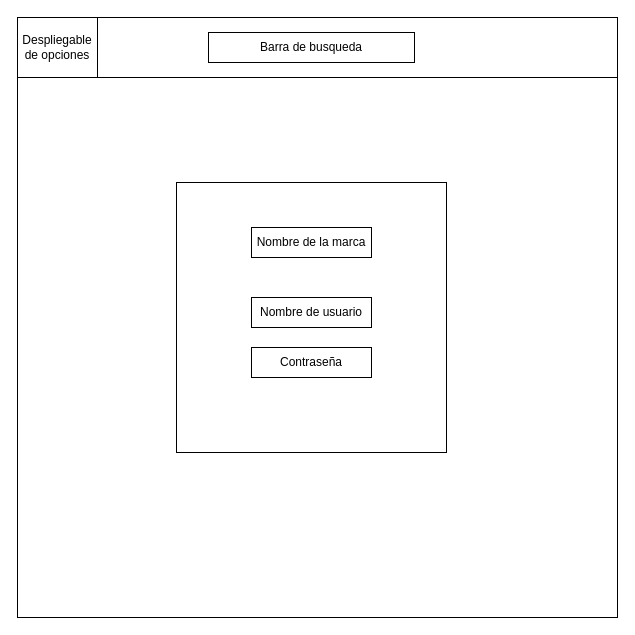
This is view.drawio from Aeyoz/dor-ayoze, a draw.io file, before an edit. Source tidied: cells renumbered, new cells numbered last; positions are measured from the earlier drawing's top-left corner, leaving out a move shared by most shapes. Both pictures are drawn from the tidied source at 100%, with x=0, y=0 at pixel (17, 17).
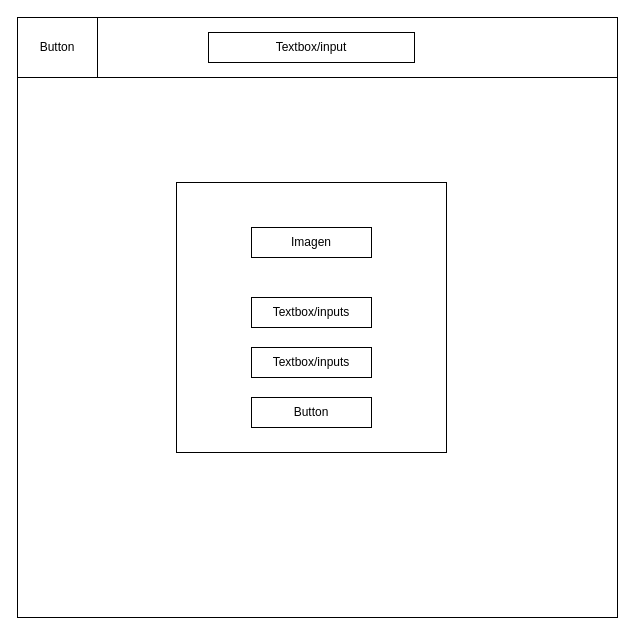
The same diagram, later.

Diff of the diagram source:
```diff
@@
 <mxGraphModel>
   <root>
     <mxCell id="0" />
     <mxCell id="1" parent="0" />
     <mxCell id="2" style="rounded=0;whiteSpace=wrap;html=1;" parent="1" vertex="1">
       <mxGeometry width="600" height="600" as="geometry" />
     </mxCell>
     <mxCell id="3" style="whiteSpace=wrap;html=1;" parent="1" vertex="1">
       <mxGeometry x="159" y="165" width="270" height="270" as="geometry" />
     </mxCell>
-    <mxCell id="4" value="Contraseña" style="rounded=0;whiteSpace=wrap;html=1;" parent="1" vertex="1">
+    <mxCell id="4" value="Textbox/inputs" style="rounded=0;whiteSpace=wrap;html=1;" parent="1" vertex="1">
       <mxGeometry x="234" y="330" width="120" height="30" as="geometry" />
     </mxCell>
-    <mxCell id="5" value="Nombre de usuario" style="rounded=0;whiteSpace=wrap;html=1;" parent="1" vertex="1">
+    <mxCell id="5" value="Textbox/inputs" style="rounded=0;whiteSpace=wrap;html=1;" parent="1" vertex="1">
       <mxGeometry x="234" y="280" width="120" height="30" as="geometry" />
     </mxCell>
-    <mxCell id="6" value="Nombre de la marca" style="rounded=0;whiteSpace=wrap;html=1;" parent="1" vertex="1">
+    <mxCell id="6" value="Imagen" style="rounded=0;whiteSpace=wrap;html=1;" parent="1" vertex="1">
       <mxGeometry x="234" y="210" width="120" height="30" as="geometry" />
     </mxCell>
     <mxCell id="7" style="rounded=0;whiteSpace=wrap;html=1;" parent="1" vertex="1">
       <mxGeometry width="600" height="60" as="geometry" />
     </mxCell>
-    <mxCell id="8" value="Despliegable de opciones" style="rounded=0;whiteSpace=wrap;html=1;" parent="1" vertex="1">
+    <mxCell id="8" value="Button" style="rounded=0;whiteSpace=wrap;html=1;" parent="1" vertex="1">
       <mxGeometry width="80" height="60" as="geometry" />
     </mxCell>
-    <mxCell id="9" value="Barra de busqueda" style="rounded=0;whiteSpace=wrap;html=1;" parent="1" vertex="1">
+    <mxCell id="9" value="Textbox/input" style="rounded=0;whiteSpace=wrap;html=1;" parent="1" vertex="1">
       <mxGeometry x="191" y="15" width="206" height="30" as="geometry" />
     </mxCell>
+    <mxCell id="10" value="Button" style="rounded=0;whiteSpace=wrap;html=1;" parent="1" vertex="1">
+      <mxGeometry x="234" y="380" width="120" height="30" as="geometry" />
+    </mxCell>
   </root>
 </mxGraphModel>
```
